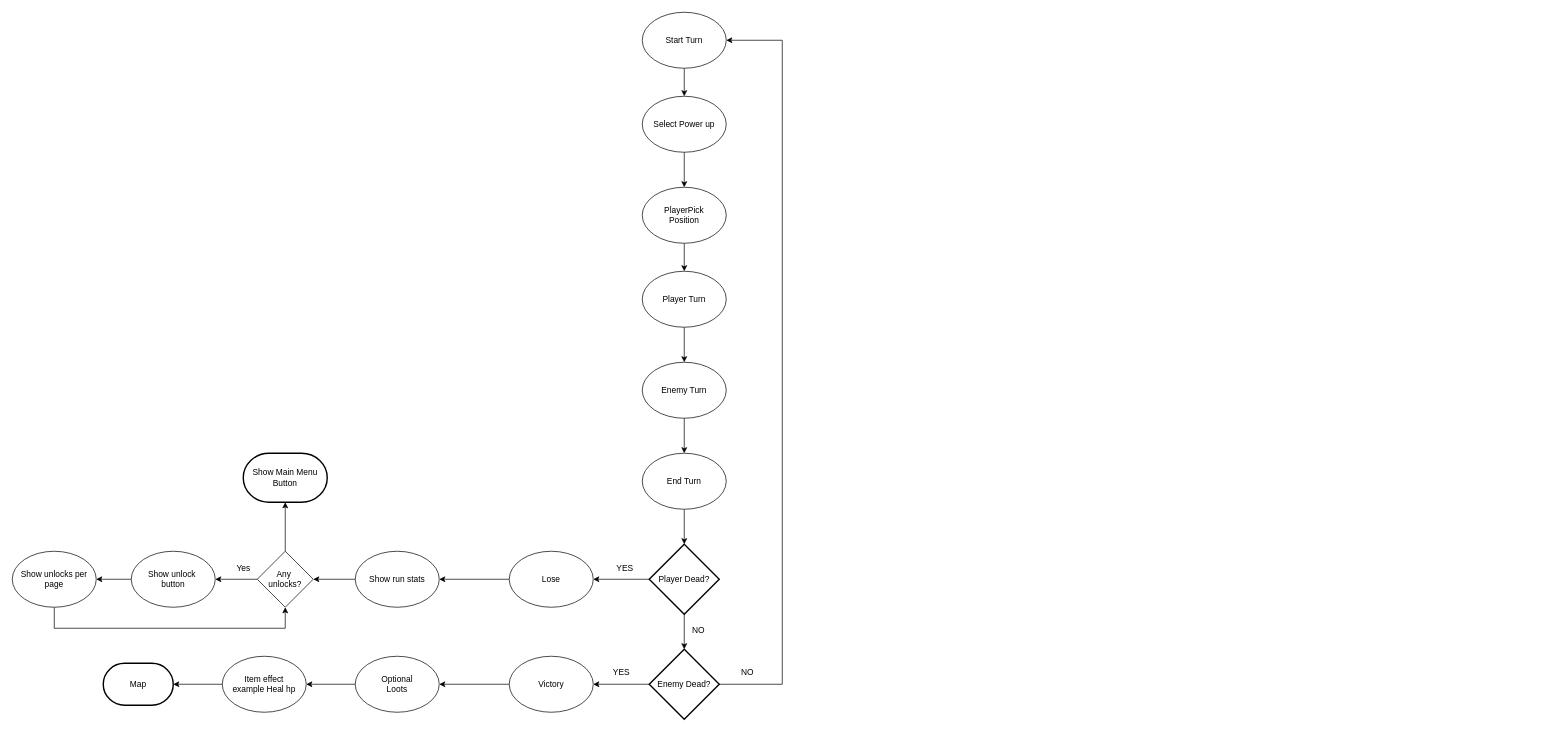
The draw.io diagram P03272025.drawio in kielsan/Drawio, before the edit. Source tidied: cells renumbered, new cells numbered last; positions are measured from the earlier drawing's top-left corner, leaving out a move shared by most shapes. Both pictures are drawn from the tidied source at 70%, with x=0, y=0 at pixel (12, 12).
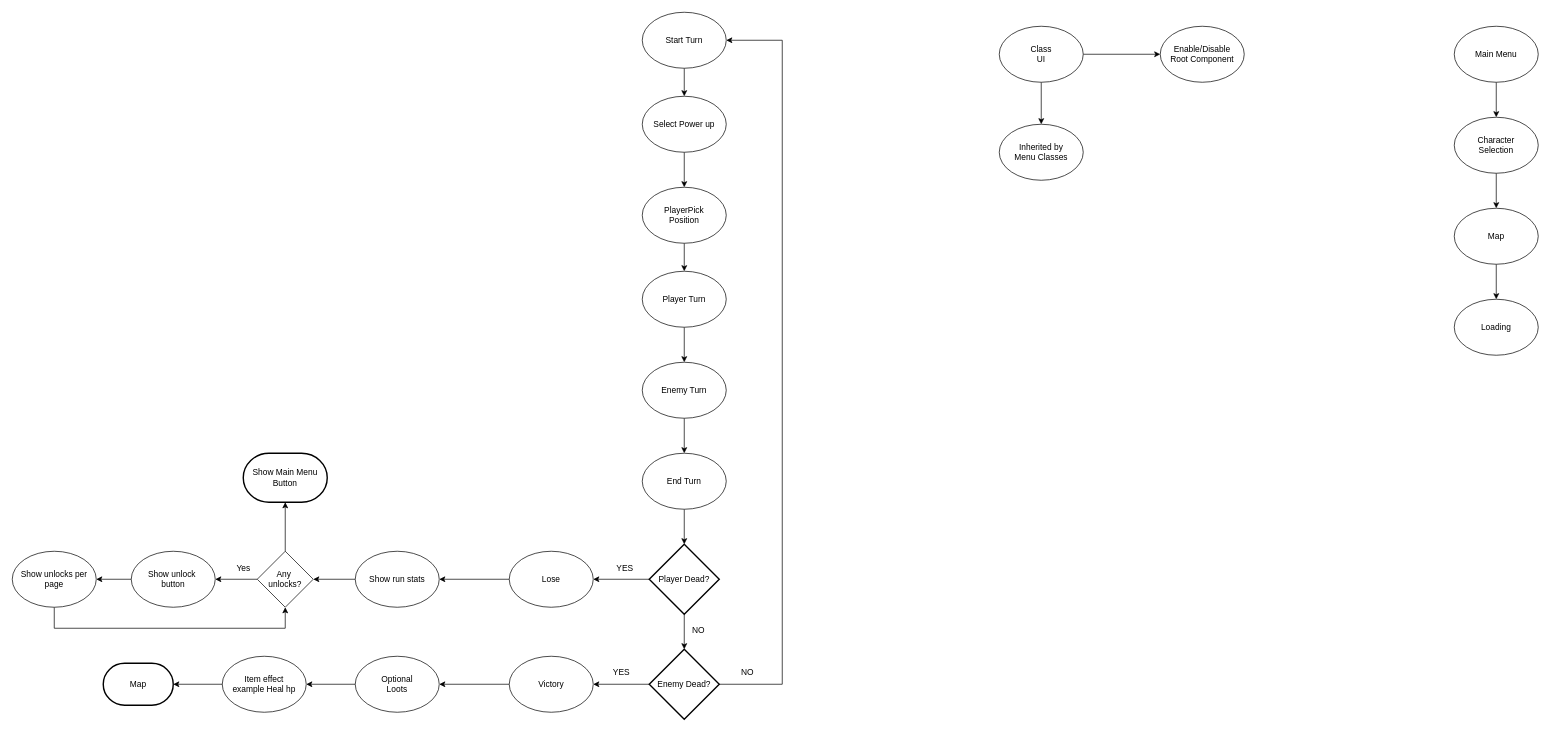
After the change.

The edit, as a diff of the source:
```diff
@@
+    <mxCell id="44" style="edgeStyle=orthogonalEdgeStyle;rounded=0;jettySize=auto;html=1;" parent="1" edge="1" source="46" target="47">
+      <mxGeometry relative="1" as="geometry" />
+    </mxCell>
+    <mxCell id="45" style="edgeStyle=orthogonalEdgeStyle;rounded=0;jettySize=auto;html=1;" parent="1" edge="1" source="46" target="48">
+      <mxGeometry relative="1" as="geometry" />
+    </mxCell>
+    <mxCell id="46" value="&lt;div&gt;Class&lt;/div&gt;UI" style="ellipse;whiteSpace=wrap;html=1;" parent="1" vertex="1">
+      <mxGeometry x="1410" y="20" width="120" height="80" as="geometry" />
+    </mxCell>
+    <mxCell id="47" value="Enable/Disable&lt;div&gt;Root Component&lt;/div&gt;" style="ellipse;whiteSpace=wrap;html=1;" parent="1" vertex="1">
+      <mxGeometry x="1640" y="20" width="120" height="80" as="geometry" />
+    </mxCell>
+    <mxCell id="48" value="Inherited by&lt;div&gt;Menu Classes&lt;/div&gt;" style="ellipse;whiteSpace=wrap;html=1;" parent="1" vertex="1">
+      <mxGeometry x="1410" y="160" width="120" height="80" as="geometry" />
+    </mxCell>
+    <mxCell id="49" style="edgeStyle=orthogonalEdgeStyle;rounded=0;jettySize=auto;html=1;entryX=0.5;entryY=0;entryDx=0;entryDy=0;" parent="1" edge="1" source="50" target="52">
+      <mxGeometry relative="1" as="geometry" />
+    </mxCell>
+    <mxCell id="50" value="Main Menu" style="ellipse;whiteSpace=wrap;html=1;" parent="1" vertex="1">
+      <mxGeometry x="2060" y="20" width="120" height="80" as="geometry" />
+    </mxCell>
+    <mxCell id="51" style="edgeStyle=orthogonalEdgeStyle;rounded=0;jettySize=auto;html=1;entryX=0.5;entryY=0;entryDx=0;entryDy=0;" parent="1" edge="1" source="52" target="54">
+      <mxGeometry relative="1" as="geometry" />
+    </mxCell>
+    <mxCell id="52" value="Character&lt;div&gt;Selection&lt;/div&gt;" style="ellipse;whiteSpace=wrap;html=1;" parent="1" vertex="1">
+      <mxGeometry x="2060" y="150" width="120" height="80" as="geometry" />
+    </mxCell>
+    <mxCell id="53" style="edgeStyle=orthogonalEdgeStyle;rounded=0;jettySize=auto;html=1;entryX=0.5;entryY=0;entryDx=0;entryDy=0;" parent="1" edge="1" source="54" target="55">
+      <mxGeometry relative="1" as="geometry" />
+    </mxCell>
+    <mxCell id="54" value="Map" style="ellipse;whiteSpace=wrap;html=1;" parent="1" vertex="1">
+      <mxGeometry x="2060" y="280" width="120" height="80" as="geometry" />
+    </mxCell>
+    <mxCell id="55" value="Loading" style="ellipse;whiteSpace=wrap;html=1;" parent="1" vertex="1">
+      <mxGeometry x="2060" y="410" width="120" height="80" as="geometry" />
+    </mxCell>
```
